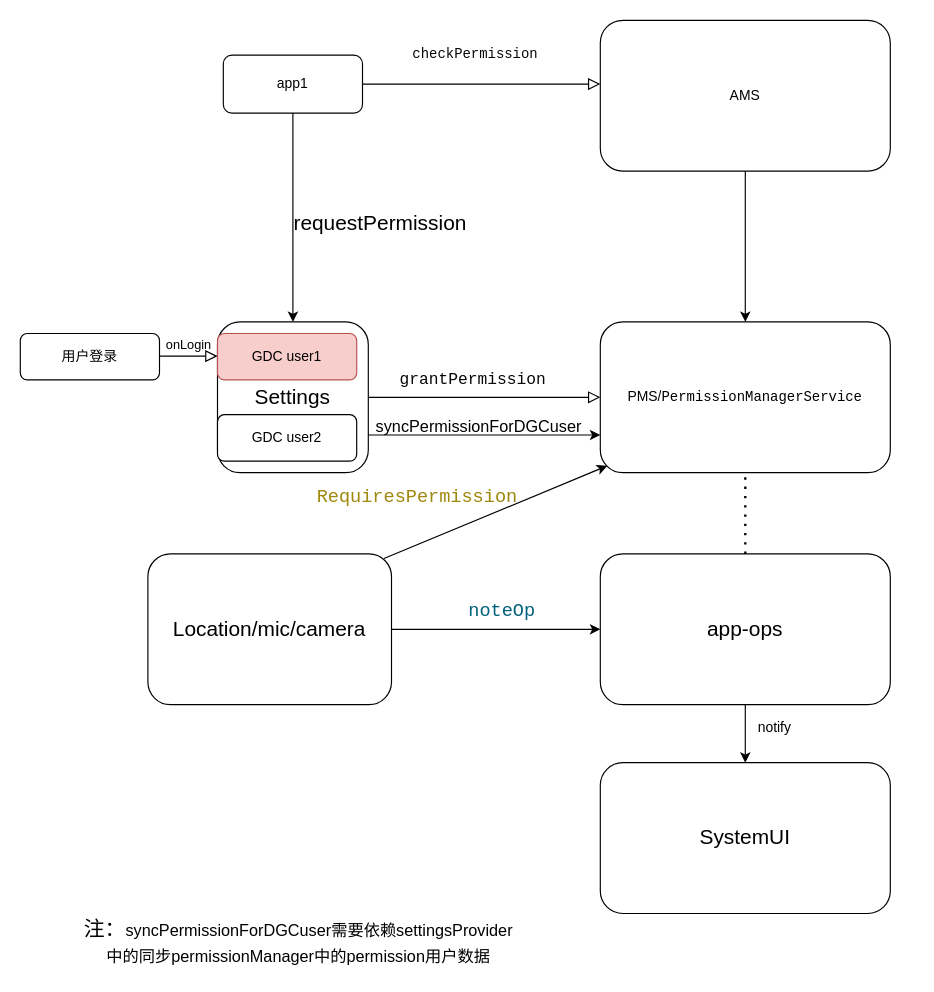
This is test1.drawio from zhu2006/person, a draw.io file, before an edit. Source tidied: cells renumbered, new cells numbered last; positions are measured from the earlier drawing's top-left corner, leaving out a move shared by most shapes. Both pictures are drawn from the tidied source at 116%, with x=0, y=0 at pixel (20, 20).
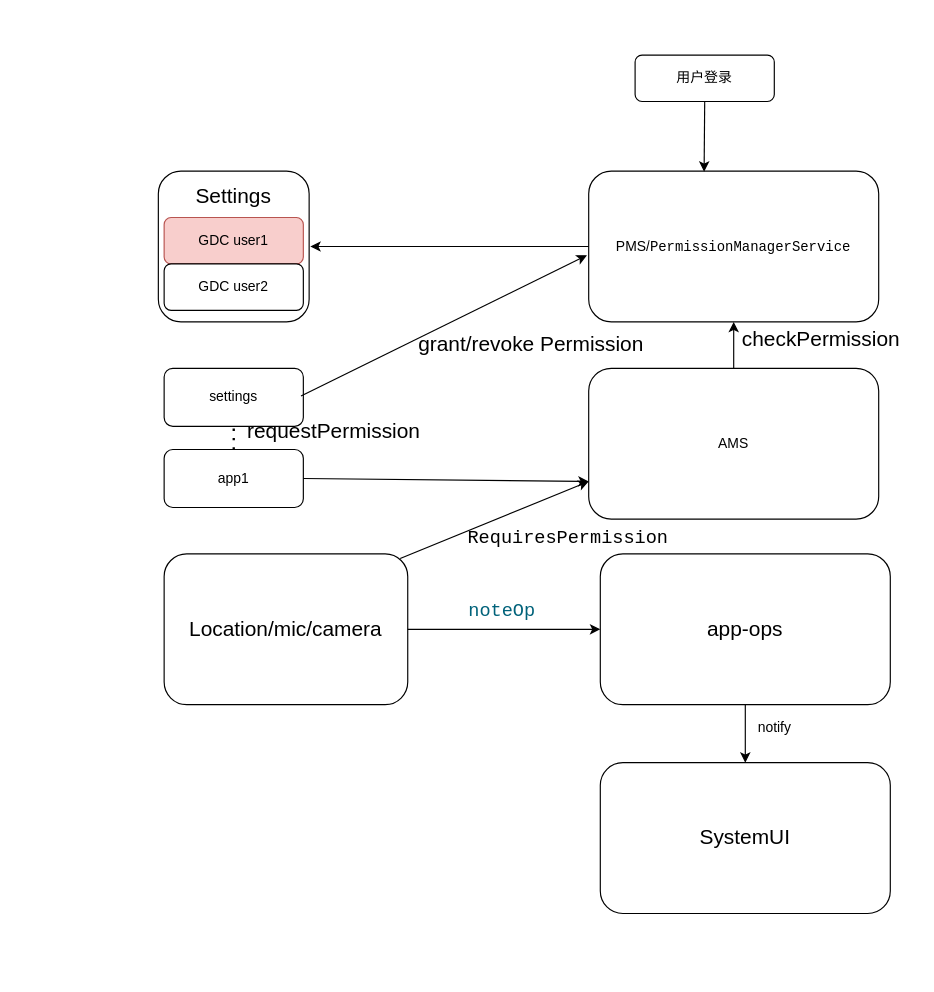
Above is the later version.

Unchanged cells that the change refers to:
```xml
<mxCell id="7" value="&lt;font style=&quot;font-size: 18px&quot;&gt;app-ops&lt;/font&gt;" style="rounded=1;whiteSpace=wrap;html=1;fontSize=12;glass=0;strokeWidth=1;shadow=0;" parent="1" vertex="1">
  <mxGeometry x="500" y="460" width="250" height="130" as="geometry" />
</mxCell>
```

The edit, as a diff of the source:
```diff
@@
     <mxCell id="2" value="&lt;font style=&quot;font-size: 12px&quot;&gt;PMS/&lt;span style=&quot;background-color: rgb(255 , 255 , 255) ; font-family: &amp;#34;jetbrains mono&amp;#34; , monospace&quot;&gt;PermissionManagerService&lt;/span&gt;&lt;/font&gt;" style="rounded=1;whiteSpace=wrap;html=1;fontSize=12;glass=0;strokeWidth=1;shadow=0;" parent="1" vertex="1">
-      <mxGeometry x="500" y="260" width="250" height="130" as="geometry" />
+      <mxGeometry x="490" y="130" width="250" height="130" as="geometry" />
     </mxCell>
     <mxCell id="3" value="app1" style="rounded=1;whiteSpace=wrap;html=1;fontSize=12;glass=0;strokeWidth=1;shadow=0;" parent="1" vertex="1">
-      <mxGeometry x="175" y="30" width="120" height="50" as="geometry" />
+      <mxGeometry x="124" y="370" width="120" height="50" as="geometry" />
     </mxCell>
     <mxCell id="4" value="用户登录" style="rounded=1;whiteSpace=wrap;html=1;fontSize=12;glass=0;strokeWidth=1;shadow=0;" parent="1" vertex="1">
-      <mxGeometry y="270" width="120" height="40" as="geometry" />
+      <mxGeometry x="530" y="30" width="120" height="40" as="geometry" />
     </mxCell>
-    <mxCell id="5" value="&lt;font style=&quot;font-size: 18px&quot;&gt;Settings&lt;/font&gt;" style="rounded=1;whiteSpace=wrap;html=1;fontSize=12;glass=0;strokeWidth=1;shadow=0;" parent="1" vertex="1">
-      <mxGeometry x="170" y="260" width="130" height="130" as="geometry" />
+    <mxCell id="5" value="&lt;font style=&quot;font-size: 18px&quot;&gt;Settings&lt;br&gt;&lt;br&gt;&lt;br&gt;&lt;br&gt;&lt;br&gt;&lt;/font&gt;" style="rounded=1;whiteSpace=wrap;html=1;fontSize=12;glass=0;strokeWidth=1;shadow=0;" parent="1" vertex="1">
+      <mxGeometry x="119" y="130" width="130" height="130" as="geometry" />
     </mxCell>
@@
     <mxCell id="8" value="GDC user1" style="rounded=1;whiteSpace=wrap;html=1;fontSize=12;glass=0;strokeWidth=1;shadow=0;fillColor=#f8cecc;strokeColor=#b85450;" parent="1" vertex="1">
-      <mxGeometry x="170" y="270" width="120" height="40" as="geometry" />
+      <mxGeometry x="124" y="170" width="120" height="40" as="geometry" />
     </mxCell>
     <mxCell id="9" value="GDC user2" style="rounded=1;whiteSpace=wrap;html=1;fontSize=12;glass=0;strokeWidth=1;shadow=0;" parent="1" vertex="1">
-      <mxGeometry x="170" y="340" width="120" height="40" as="geometry" />
+      <mxGeometry x="124" y="210" width="120" height="40" as="geometry" />
     </mxCell>
     <mxCell id="10" value="AMS" style="rounded=1;whiteSpace=wrap;html=1;fontSize=12;glass=0;strokeWidth=1;shadow=0;" parent="1" vertex="1">
-      <mxGeometry x="500" width="250" height="130" as="geometry" />
+      <mxGeometry x="490" y="300" width="250" height="130" as="geometry" />
     </mxCell>
-    <mxCell id="11" value="&lt;span style=&quot;background-color: rgb(255 , 255 , 255) ; color: rgb(8 , 8 , 8) ; font-family: &amp;#34;jetbrains mono&amp;#34; , monospace&quot;&gt;&lt;font style=&quot;font-size: 12px&quot;&gt;checkPermission&lt;/font&gt;&lt;/span&gt;" style="edgeStyle=orthogonalEdgeStyle;rounded=0;html=1;jettySize=auto;fontSize=11;endArrow=block;endFill=0;endSize=8;strokeWidth=1;shadow=0;labelBackgroundColor=none;exitX=1;exitY=0.5;exitDx=0;exitDy=0;" parent="1" edge="1" source="3" target="10">
-      <mxGeometry x="-0.05" y="25" relative="1" as="geometry">
-        <Array as="points">
-          <mxPoint x="400" y="55" />
-          <mxPoint x="400" y="55" />
-        </Array>
-      </mxGeometry>
-    </mxCell>
-    <mxCell id="12" value="onLogin" style="edgeStyle=orthogonalEdgeStyle;rounded=0;html=1;jettySize=auto;orthogonalLoop=1;fontSize=11;endArrow=block;endFill=0;endSize=8;strokeWidth=1;shadow=0;labelBackgroundColor=none;" parent="1" edge="1">
-      <mxGeometry y="10" relative="1" as="geometry">
-        <mxPoint x="120" y="289.5" as="sourcePoint" />
-        <mxPoint x="170" y="289.5" as="targetPoint" />
-        <Array as="points">
-          <mxPoint x="150" y="290" />
-          <mxPoint x="150" y="290" />
-        </Array>
-      </mxGeometry>
-    </mxCell>
-    <mxCell id="13" value="&lt;font color=&quot;#080808&quot; face=&quot;jetbrains mono, monospace&quot; style=&quot;font-size: 14px&quot;&gt;&lt;span style=&quot;background-color: rgb(255 , 255 , 255)&quot;&gt;grantPermission&lt;/span&gt;&lt;/font&gt;" style="edgeStyle=orthogonalEdgeStyle;rounded=0;html=1;jettySize=auto;fontSize=11;endArrow=block;endFill=0;endSize=8;strokeWidth=1;shadow=0;labelBackgroundColor=none;exitX=1;exitY=0.5;exitDx=0;exitDy=0;entryX=0;entryY=0.5;entryDx=0;entryDy=0;" parent="1" edge="1" source="5" target="2">
-      <mxGeometry x="-0.1" y="15" relative="1" as="geometry">
-        <Array as="points">
-          <mxPoint x="460" y="325" />
-          <mxPoint x="460" y="325" />
-        </Array>
-      </mxGeometry>
-    </mxCell>
@@
-    <mxCell id="16" style="endArrow=classic;html=1;rounded=0;fontSize=12;exitX=1;exitY=0.75;exitDx=0;exitDy=0;entryX=0;entryY=0.75;entryDx=0;entryDy=0;" parent="1" edge="1" source="5" target="2">
-      <mxGeometry relative="1" as="geometry" />
-    </mxCell>
-    <mxCell id="17" value="&lt;font style=&quot;font-size: 14px&quot;&gt;syncPermissionForDGCuser&lt;/font&gt;" style="text;html=1;align=center;verticalAlign=middle;strokeColor=none;fillColor=none;fontSize=10;" parent="1" vertex="1">
-      <mxGeometry x="300" y="340" width="190" height="20" as="geometry" />
-    </mxCell>
-    <mxCell id="18" style="endArrow=classic;html=1;rounded=0;fontSize=14;exitX=0.5;exitY=1;exitDx=0;exitDy=0;entryX=0.5;entryY=0;entryDx=0;entryDy=0;" parent="1" edge="1" source="10" target="2">
-      <mxGeometry relative="1" as="geometry" />
-    </mxCell>
-    <mxCell id="19" style="endArrow=none;dashed=1;html=1;dashPattern=1 3;strokeWidth=2;rounded=0;fontSize=14;entryX=0.5;entryY=1;entryDx=0;entryDy=0;exitX=0.5;exitY=0;exitDx=0;exitDy=0;" parent="1" edge="1" source="7" target="2">
-      <mxGeometry relative="1" as="geometry" />
-    </mxCell>
     <mxCell id="20" value="&lt;font style=&quot;font-size: 18px&quot;&gt;Location/mic/camera&lt;/font&gt;" style="rounded=1;whiteSpace=wrap;html=1;fontSize=12;glass=0;strokeWidth=1;shadow=0;" parent="1" vertex="1">
-      <mxGeometry x="110" y="460" width="210" height="130" as="geometry" />
+      <mxGeometry x="124" y="460" width="210" height="130" as="geometry" />
     </mxCell>
@@
-    <mxCell id="23" value="&lt;pre style=&quot;background-color: #ffffff ; color: #080808 ; font-family: &amp;quot;jetbrains mono&amp;quot; , monospace ; font-size: 12.0pt&quot;&gt;&lt;span style=&quot;color: #9e880d&quot;&gt;RequiresPermission&lt;/span&gt;&lt;/pre&gt;" style="text;whiteSpace=wrap;html=1;fontSize=18;" parent="1" vertex="1">
-      <mxGeometry x="254" y="380" width="130" height="70" as="geometry" />
+    <mxCell id="23" value="&lt;pre style=&quot;background-color: rgb(255, 255, 255); font-family: &amp;quot;jetbrains mono&amp;quot;, monospace; font-size: 12pt;&quot;&gt;RequiresPermission&lt;/pre&gt;" style="text;whiteSpace=wrap;html=1;fontSize=18;" parent="1" vertex="1">
+      <mxGeometry x="384" y="415" width="130" height="70" as="geometry" />
     </mxCell>
-    <mxCell id="24" style="endArrow=classic;html=1;rounded=0;fontSize=18;exitX=0.969;exitY=0.031;exitDx=0;exitDy=0;entryX=0.024;entryY=0.954;entryDx=0;entryDy=0;entryPerimeter=0;exitPerimeter=0;" parent="1" edge="1" source="20" target="2">
+    <mxCell id="24" style="endArrow=classic;html=1;rounded=0;fontSize=18;exitX=0.969;exitY=0.031;exitDx=0;exitDy=0;entryX=0;entryY=0.75;entryDx=0;entryDy=0;exitPerimeter=0;" parent="1" edge="1" source="20" target="10">
       <mxGeometry relative="1" as="geometry" />
     </mxCell>
-    <mxCell id="25" value="注：&lt;span style=&quot;font-size: 14px&quot;&gt;syncPermissionForDGCuser需要依赖settingsProvider中的同步permissionManager中的permission用户数据&lt;/span&gt;" style="text;html=1;strokeColor=none;fillColor=none;align=center;verticalAlign=middle;whiteSpace=wrap;rounded=0;fontSize=18;" parent="1" vertex="1">
-      <mxGeometry x="50" y="770" width="380" height="50" as="geometry" />
-    </mxCell>
-    <mxCell id="26" style="endArrow=classic;html=1;rounded=0;fontSize=18;exitX=0.5;exitY=1;exitDx=0;exitDy=0;entryX=0.5;entryY=0;entryDx=0;entryDy=0;" parent="1" edge="1" source="3" target="5">
-      <mxGeometry relative="1" as="geometry" />
-    </mxCell>
     <mxCell id="27" value="requestPermission" style="text;html=1;align=center;verticalAlign=middle;strokeColor=none;fillColor=none;fontSize=18;" parent="1" vertex="1">
-      <mxGeometry x="230" y="160" width="160" height="30" as="geometry" />
+      <mxGeometry x="190" y="340" width="160" height="30" as="geometry" />
     </mxCell>
+    <mxCell id="28" style="endArrow=classic;html=1;rounded=0;entryX=0.406;entryY=0.004;entryDx=0;entryDy=0;entryPerimeter=0;exitX=0.5;exitY=1;exitDx=0;exitDy=0;" parent="1" edge="1" source="4">
+      <mxGeometry relative="1" as="geometry">
+        <mxPoint x="589.5" y="130.5" as="targetPoint" />
+      </mxGeometry>
+    </mxCell>
+    <mxCell id="29" style="endArrow=classic;html=1;rounded=0;exitX=0;exitY=0.5;exitDx=0;exitDy=0;" parent="1" edge="1" source="2">
+      <mxGeometry relative="1" as="geometry">
+        <mxPoint x="250" y="195" as="targetPoint" />
+      </mxGeometry>
+    </mxCell>
+    <mxCell id="30" style="endArrow=classic;html=1;rounded=0;entryX=0;entryY=0.75;entryDx=0;entryDy=0;exitX=1;exitY=0.5;exitDx=0;exitDy=0;" parent="1" edge="1" source="3" target="10">
+      <mxGeometry relative="1" as="geometry" />
+    </mxCell>
+    <mxCell id="18" style="endArrow=classic;html=1;rounded=0;exitX=0.5;exitY=0;exitDx=0;exitDy=0;entryX=0.5;entryY=1;entryDx=0;entryDy=0;" parent="1" edge="1" source="10" target="2">
+      <mxGeometry relative="1" as="geometry" />
+    </mxCell>
+    <mxCell id="31" value="settings" style="rounded=1;whiteSpace=wrap;html=1;fontSize=12;glass=0;strokeWidth=1;shadow=0;" parent="1" vertex="1">
+      <mxGeometry x="124" y="300" width="120" height="50" as="geometry" />
+    </mxCell>
+    <mxCell id="32" style="endArrow=none;dashed=1;html=1;dashPattern=1 3;strokeWidth=2;rounded=0;entryX=0.5;entryY=1;entryDx=0;entryDy=0;exitX=0.5;exitY=0;exitDx=0;exitDy=0;" parent="1" edge="1" source="3" target="31">
+      <mxGeometry relative="1" as="geometry" />
+    </mxCell>
+    <mxCell id="33" style="endArrow=classic;html=1;rounded=0;entryX=-0.006;entryY=0.558;entryDx=0;entryDy=0;exitX=1;exitY=0.5;exitDx=0;exitDy=0;entryPerimeter=0;" parent="1" edge="1" target="2">
+      <mxGeometry relative="1" as="geometry">
+        <mxPoint x="242" y="323.8" as="sourcePoint" />
+      </mxGeometry>
+    </mxCell>
+    <mxCell id="34" value="&lt;font style=&quot;font-size: 18px;&quot;&gt;grant/revoke Permission&lt;/font&gt;" style="text;html=1;align=center;verticalAlign=middle;strokeColor=none;fillColor=none;fontSize=18;" parent="1" vertex="1">
+      <mxGeometry x="330" y="260" width="220" height="40" as="geometry" />
+    </mxCell>
+    <mxCell id="11" value="checkPermission" style="text;html=1;align=center;verticalAlign=middle;strokeColor=none;fillColor=none;fontSize=18;" parent="1" vertex="1">
+      <mxGeometry x="610" y="255" width="160" height="40" as="geometry" />
+    </mxCell>
```
